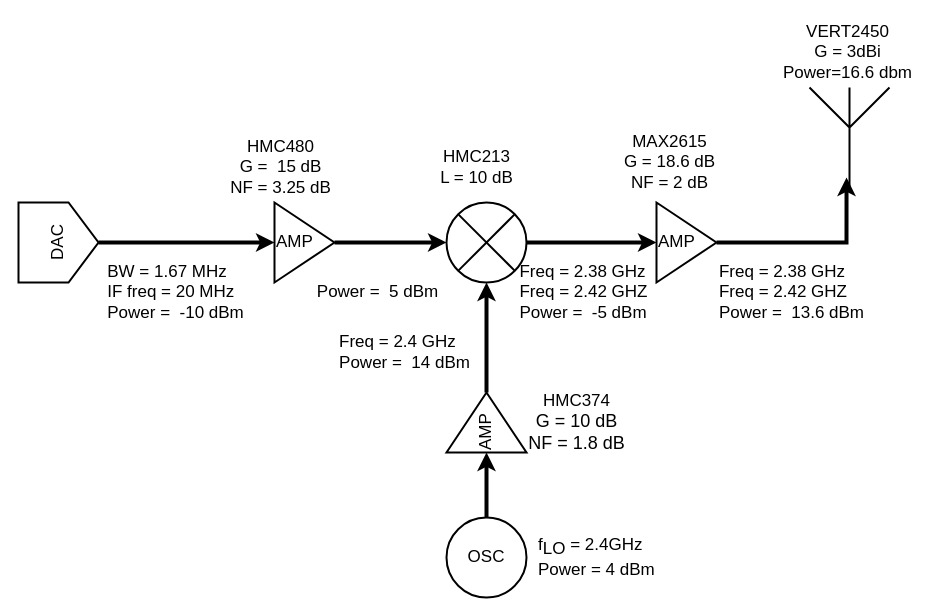
The draw.io diagram transmitter.drawio in chenbin234/MCC125-Wireless-link-project, before the edit. Source tidied: cells renumbered, new cells numbered last; positions are measured from the earlier drawing's top-left corner, leaving out a move shared by most shapes. Both pictures are drawn from the tidied source at 100%, with x=0, y=0 at pixel (18, 17).
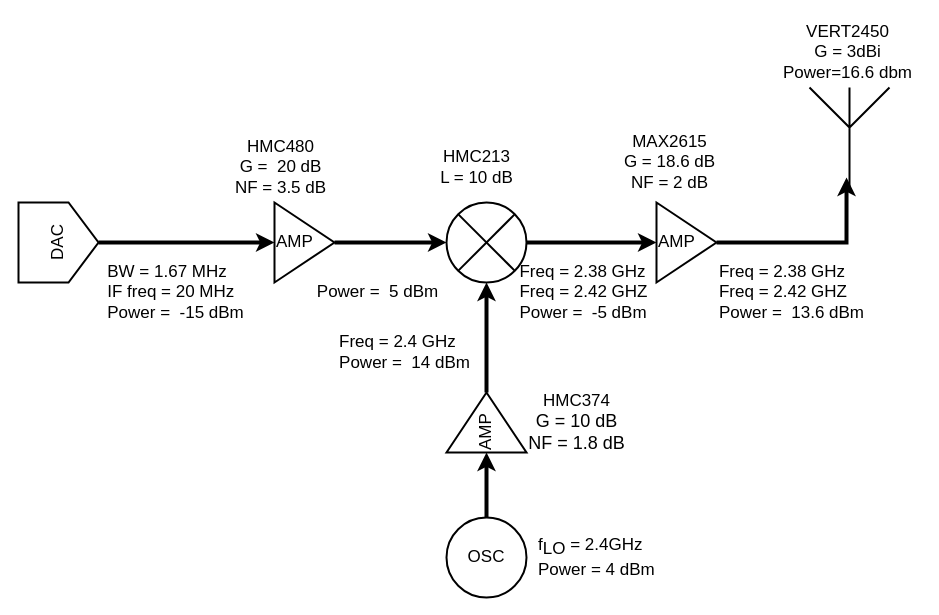
Above is the later version.

Diff of the diagram source:
```diff
@@
-    <mxCell id="16" value="&lt;div style=&quot;text-align: left; font-size: 17px;&quot;&gt;&lt;span style=&quot;background-color: initial; font-size: 17px;&quot;&gt;&lt;font style=&quot;font-size: 17px;&quot;&gt;BW = 1.67 MHz&lt;/font&gt;&lt;/span&gt;&lt;/div&gt;&lt;div style=&quot;text-align: left; font-size: 17px;&quot;&gt;&lt;span style=&quot;background-color: initial; font-size: 17px;&quot;&gt;&lt;font style=&quot;font-size: 17px;&quot;&gt;IF freq = 20 MHz&lt;/font&gt;&lt;/span&gt;&lt;/div&gt;&lt;div style=&quot;text-align: left; font-size: 17px;&quot;&gt;&lt;span style=&quot;background-color: initial; font-size: 17px;&quot;&gt;&lt;font style=&quot;font-size: 17px;&quot;&gt;Power =&amp;nbsp; -10 dBm&lt;/font&gt;&lt;/span&gt;&lt;/div&gt;" style="text;html=1;align=center;verticalAlign=middle;strokeColor=none;fillColor=none;fontSize=17;" parent="1" vertex="1">
+    <mxCell id="16" value="&lt;div style=&quot;text-align: left; font-size: 17px;&quot;&gt;&lt;span style=&quot;background-color: initial; font-size: 17px;&quot;&gt;&lt;font style=&quot;font-size: 17px;&quot;&gt;BW = 1.67 MHz&lt;/font&gt;&lt;/span&gt;&lt;/div&gt;&lt;div style=&quot;text-align: left; font-size: 17px;&quot;&gt;&lt;span style=&quot;background-color: initial; font-size: 17px;&quot;&gt;&lt;font style=&quot;font-size: 17px;&quot;&gt;IF freq = 20 MHz&lt;/font&gt;&lt;/span&gt;&lt;/div&gt;&lt;div style=&quot;text-align: left; font-size: 17px;&quot;&gt;&lt;span style=&quot;background-color: initial; font-size: 17px;&quot;&gt;&lt;font style=&quot;font-size: 17px;&quot;&gt;Power =&amp;nbsp; -15 dBm&lt;/font&gt;&lt;/span&gt;&lt;/div&gt;" style="text;html=1;align=center;verticalAlign=middle;strokeColor=none;fillColor=none;fontSize=17;" parent="1" vertex="1">
       <mxGeometry x="77" y="240" width="160" height="70" as="geometry" />
     </mxCell>
@@
-    <mxCell id="22" value="HMC480&lt;br style=&quot;font-size: 17px;&quot;&gt;G =&amp;nbsp; 15 dB&lt;br style=&quot;font-size: 17px;&quot;&gt;NF = 3.25 dB" style="text;html=1;align=center;verticalAlign=middle;strokeColor=none;fillColor=none;fontSize=17;" parent="1" vertex="1">
-      <mxGeometry x="202" y="115" width="120" height="70" as="geometry" />
+    <mxCell id="22" value="HMC480&lt;br style=&quot;font-size: 17px;&quot;&gt;G =&amp;nbsp; 20 dB&lt;br style=&quot;font-size: 17px;&quot;&gt;NF = 3.5 dB" style="text;html=1;align=center;verticalAlign=middle;strokeColor=none;fillColor=none;fontSize=17;" parent="1" vertex="1">
+      <mxGeometry x="207" y="115" width="110" height="70" as="geometry" />
     </mxCell>
```
